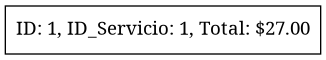
This is FASE_2/AutoGestPro/Reports/facturas.png from eric-rojas/-EDD-1S2025_202200331, a Graphviz export, as it was before one commit. Its source is kept beside it as FASE_2/AutoGestPro/Reports/facturas.dot. Source of this version:
```dot
digraph BTree {
node [shape=record];
21224086 [label="ID: 1, ID_Servicio: 1, Total: $27.00"];
}
```
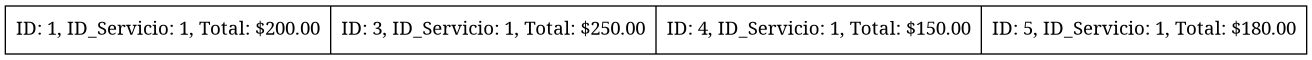
The same diagram one commit later.

Diff of the diagram source:
```diff
@@ -1,4 +1,4 @@
 digraph BTree {
 node [shape=record];
-21224086 [label="ID: 1, ID_Servicio: 1, Total: $27.00"];
+58328727 [label="ID: 1, ID_Servicio: 1, Total: $200.00 | ID: 3, ID_Servicio: 1, Total: $250.00 | ID: 4, ID_Servicio: 1, Total: $150.00 | ID: 5, ID_Servicio: 1, Total: $180.00"];
 }
```
